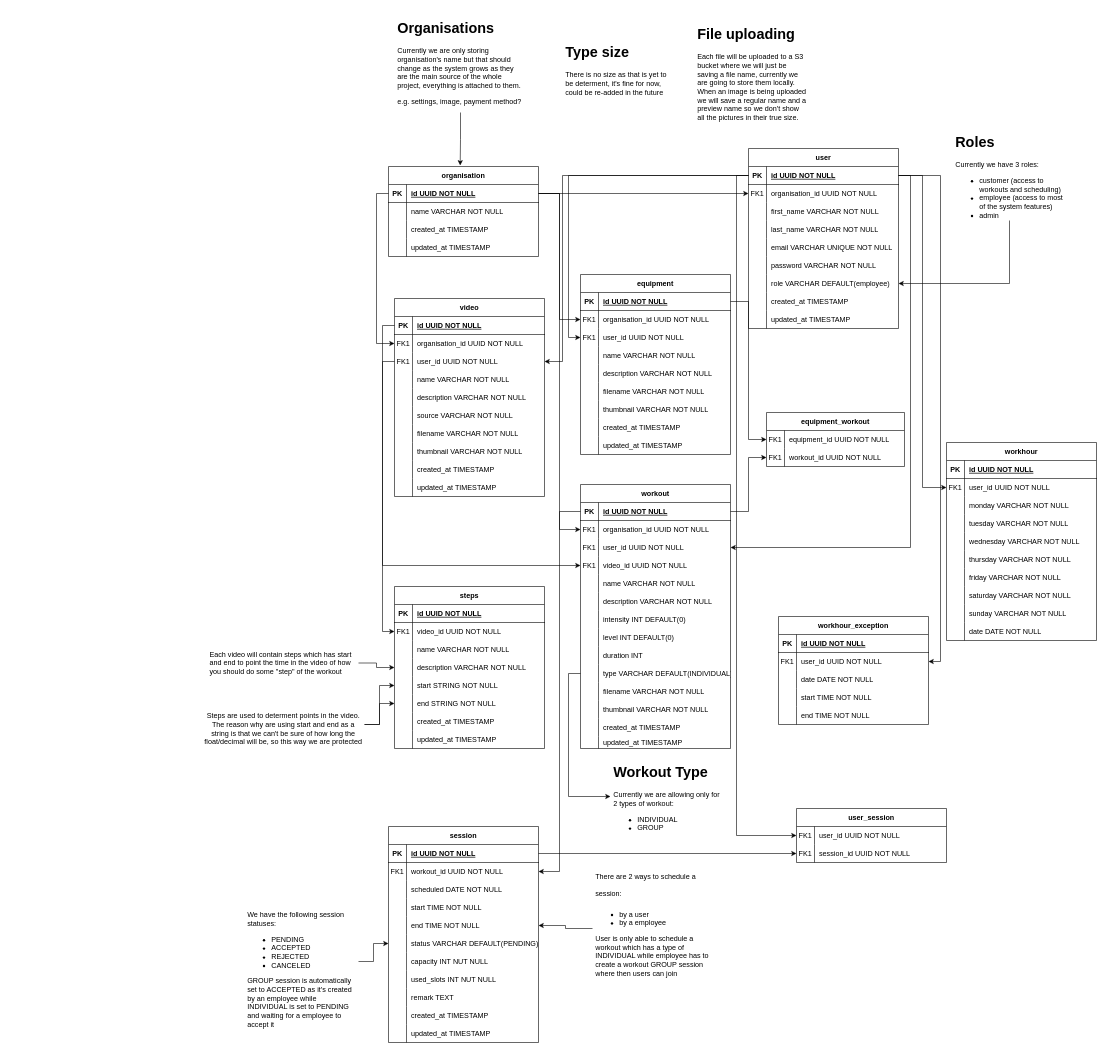
jstojiljkovic/fitness-api keeps this draw.io diagram as fitness-api.drawio. Above is the earlier version. Source tidied: cells renumbered, new cells numbered last; positions are measured from the earlier drawing's top-left corner, leaving out a move shared by most shapes. Both pictures are drawn from the tidied source at 60%, with x=0, y=0 at pixel (202, 16).
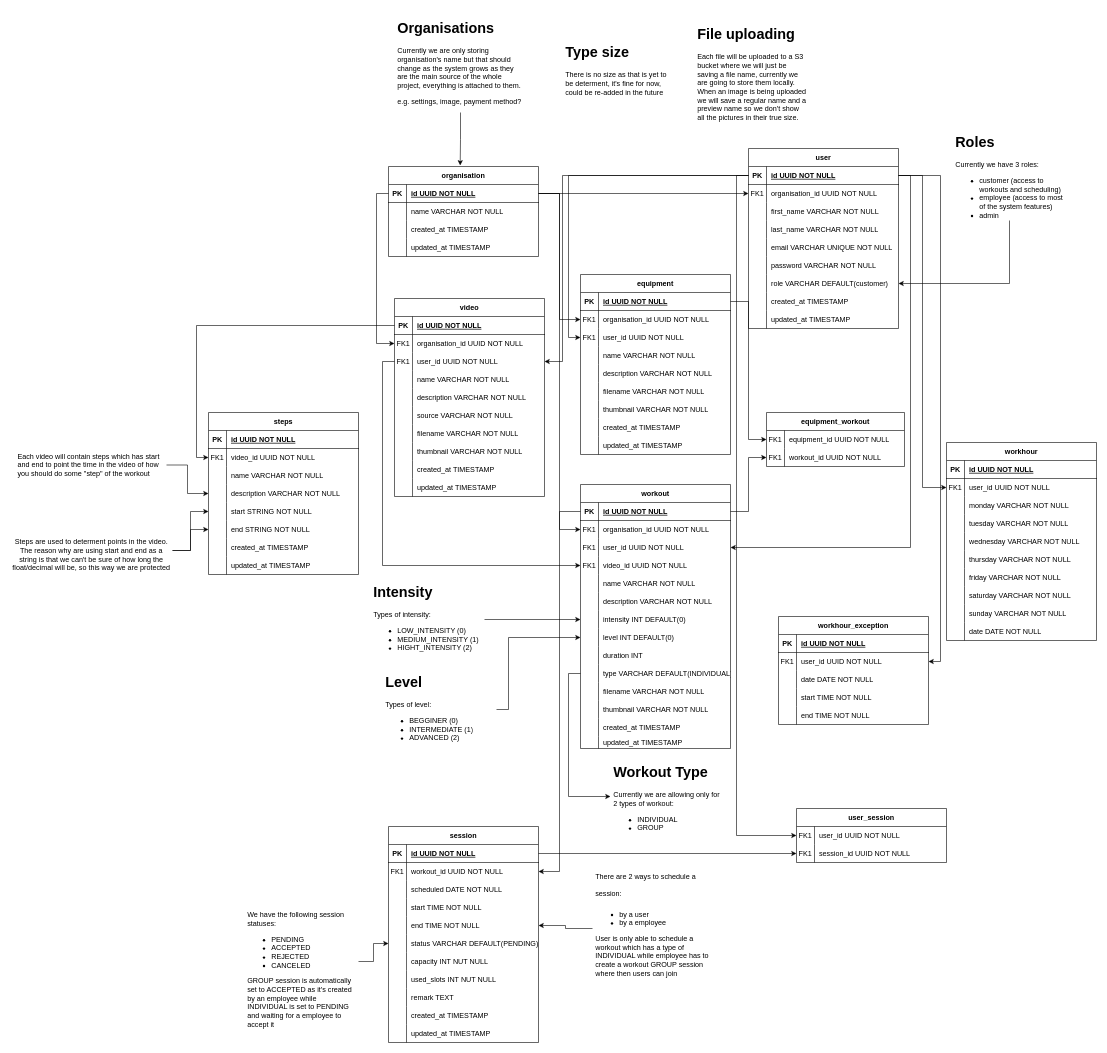
Above is the later version.

The change refers to these unchanged cells:
```xml
<mxCell id="21" style="shape=tableRow;horizontal=0;startSize=0;swimlaneHead=0;swimlaneBody=0;fillColor=none;points=[[0,0.5],[1,0.5]];portConstraint=eastwest;top=0;left=0;right=0;bottom=0;" parent="2" vertex="1">
  <mxGeometry y="210" width="250" height="30" as="geometry" />
</mxCell>
<mxCell id="130" style="shape=tableRow;horizontal=0;startSize=0;swimlaneHead=0;swimlaneBody=0;fillColor=none;points=[[0,0.5],[1,0.5]];portConstraint=eastwest;top=0;left=0;right=0;bottom=0;" parent="111" vertex="1">
  <mxGeometry y="210" width="250" height="30" as="geometry" />
</mxCell>
<mxCell id="133" style="shape=tableRow;horizontal=0;startSize=0;swimlaneHead=0;swimlaneBody=0;fillColor=none;points=[[0,0.5],[1,0.5]];portConstraint=eastwest;top=0;left=0;right=0;bottom=0;" parent="111" vertex="1">
  <mxGeometry y="240" width="250" height="30" as="geometry" />
</mxCell>
```

The edit, as a diff of the source:
```diff
@@
-    <mxCell id="23" value="role VARCHAR DEFAULT(employee)" style="shape=partialRectangle;fillColor=none;top=0;left=0;bottom=0;right=0;align=left;spacingLeft=6;overflow=hidden;" parent="21" vertex="1">
+    <mxCell id="23" value="role VARCHAR DEFAULT(customer)" style="shape=partialRectangle;fillColor=none;top=0;left=0;bottom=0;right=0;align=left;spacingLeft=6;overflow=hidden;" parent="21" vertex="1">
       <mxGeometry x="30" width="220" height="30" as="geometry" />
     </mxCell>
@@
     <mxCell id="164" value="steps" style="shape=table;startSize=30;childLayout=tableLayout;rowLines=0;fontStyle=1;align=center;" parent="1" vertex="1">
-      <mxGeometry x="320" y="950" width="250" height="270" as="geometry" />
+      <mxGeometry x="10" y="660" width="250" height="270" as="geometry" />
     </mxCell>
@@
     <mxCell id="191" value="Each video will contain steps which has start and end to point the time in the video of how you should do some &quot;step&quot; of the workout" style="text;html=1;strokeColor=none;fillColor=none;align=left;verticalAlign=middle;whiteSpace=wrap;rounded=0;" parent="1" vertex="1">
-      <mxGeometry x="10" y="1015" width="250" height="125" as="geometry" />
+      <mxGeometry x="-310" y="685" width="250" height="125" as="geometry" />
     </mxCell>
@@
     <mxCell id="194" value="&lt;br&gt;Steps are used to determent points in the video. The reason why are using start and end as a string is that we can't be sure of how long the float/decimal will be, so this way we are protected" style="text;html=1;strokeColor=none;fillColor=none;align=center;verticalAlign=middle;whiteSpace=wrap;rounded=0;" parent="1" vertex="1">
-      <mxGeometry y="1130" width="270" height="100" as="geometry" />
+      <mxGeometry x="-320" y="840" width="270" height="100" as="geometry" />
     </mxCell>
@@
+    <mxCell id="299" style="edgeStyle=orthogonalEdgeStyle;rounded=0;jettySize=auto;html=1;fontSize=12;" parent="1" edge="1" source="300" target="130">
+      <mxGeometry relative="1" as="geometry" />
+    </mxCell>
+    <mxCell id="300" value="&lt;h1&gt;Intensity&lt;/h1&gt;&lt;p&gt;Types of intensity:&lt;/p&gt;&lt;p&gt;&lt;/p&gt;&lt;ul&gt;&lt;li&gt;LOW_INTENSITY (0)&lt;/li&gt;&lt;li&gt;MEDIUM_INTENSITY (1)&lt;/li&gt;&lt;li&gt;HIGHT_INTENSITY (2)&lt;/li&gt;&lt;/ul&gt;&lt;p&gt;&lt;/p&gt;" style="text;html=1;strokeColor=none;fillColor=none;spacing=5;spacingTop=-20;whiteSpace=wrap;overflow=hidden;rounded=0;fontSize=12;" parent="1" vertex="1">
+      <mxGeometry x="280" y="940" width="190" height="130" as="geometry" />
+    </mxCell>
+    <mxCell id="301" style="edgeStyle=orthogonalEdgeStyle;rounded=0;jettySize=auto;html=1;fontSize=12;exitX=1;exitY=0.5;exitDx=0;exitDy=0;" parent="1" edge="1" source="302" target="133">
+      <mxGeometry relative="1" as="geometry">
+        <Array as="points">
+          <mxPoint x="510" y="1155" />
+          <mxPoint x="510" y="1035" />
+        </Array>
+      </mxGeometry>
+    </mxCell>
+    <mxCell id="302" value="&lt;h1&gt;Level&lt;/h1&gt;&lt;p&gt;Types of level:&lt;/p&gt;&lt;p&gt;&lt;/p&gt;&lt;ul&gt;&lt;li&gt;BEGGINER (0)&lt;/li&gt;&lt;li&gt;INTERMEDIATE (1)&lt;/li&gt;&lt;li&gt;ADVANCED (2)&lt;/li&gt;&lt;/ul&gt;&lt;p&gt;&lt;/p&gt;" style="text;html=1;strokeColor=none;fillColor=none;spacing=5;spacingTop=-20;whiteSpace=wrap;overflow=hidden;rounded=0;fontSize=12;" parent="1" vertex="1">
+      <mxGeometry x="300" y="1090" width="190" height="130" as="geometry" />
+    </mxCell>
```
